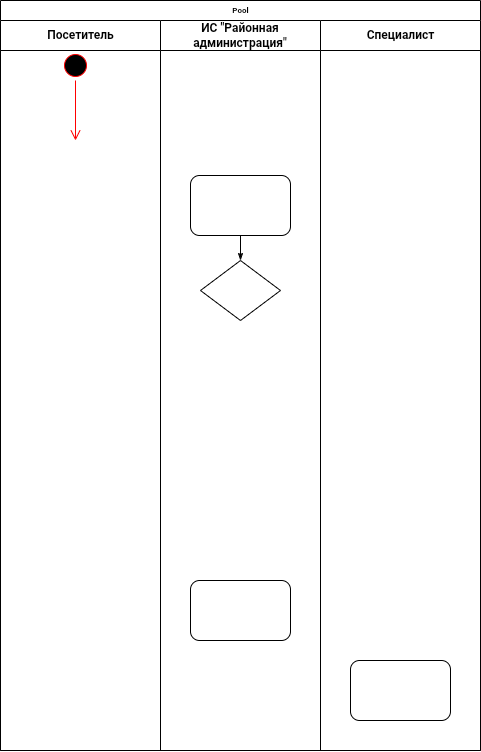
Earlier version of the draw.io export Диаграмма деятельности.drawio.png (Avokada/ais_mtuci). Source tidied: cells renumbered, new cells last; positions are measured from the earlier drawing's top-left corner, leaving out a move shared by most shapes.
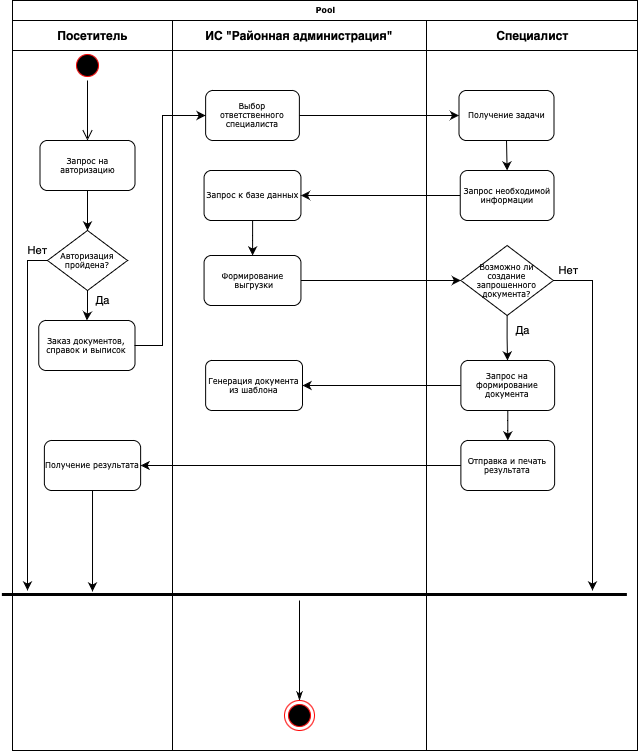
After the change.

What changed in the source:
```diff
@@ -3,7 +3,7 @@
     <mxCell id="0" />
     <mxCell id="1" parent="0" />
     <mxCell id="2" value="Pool" style="swimlane;html=1;startSize=20;rounded=0;shadow=0;labelBackgroundColor=none;strokeWidth=1;fontFamily=Verdana;fontSize=8;align=center;" parent="1" vertex="1">
-      <mxGeometry width="480" height="750" as="geometry" />
+      <mxGeometry width="625" height="750" as="geometry" />
     </mxCell>
     <mxCell id="3" value="Посетитель" style="swimlane;html=1;startSize=30;" parent="2" vertex="1">
       <mxGeometry y="20" width="160" height="730" as="geometry" />
@@ -11,31 +11,124 @@
     <mxCell id="4" style="ellipse;html=1;shape=startState;fillColor=#000000;strokeColor=#ff0000;fontColor=#1A1A1A;" parent="3" vertex="1">
       <mxGeometry x="60" y="30" width="30" height="30" as="geometry" />
     </mxCell>
-    <mxCell id="5" style="edgeStyle=orthogonalEdgeStyle;html=1;verticalAlign=bottom;endArrow=open;endSize=8;strokeColor=#ff0000;rounded=0;fontColor=#1A1A1A;" parent="3" edge="1" source="4">
+    <mxCell id="5" style="edgeStyle=orthogonalEdgeStyle;html=1;verticalAlign=bottom;endArrow=open;endSize=8;strokeColor=#000000;rounded=0;fontColor=#1A1A1A;" parent="3" edge="1" source="4">
       <mxGeometry relative="1" as="geometry">
         <mxPoint x="75" y="120" as="targetPoint" />
       </mxGeometry>
     </mxCell>
-    <mxCell id="6" value="ИС &quot;Районная администрация&quot;" style="swimlane;html=1;startSize=30;whiteSpace=wrap;" parent="2" vertex="1">
-      <mxGeometry x="160" y="20" width="160" height="730" as="geometry" />
-    </mxCell>
+    <mxCell id="10" style="edgeStyle=orthogonalEdgeStyle;rounded=0;jettySize=auto;html=1;strokeColor=#000000;" parent="3" edge="1" source="7" target="8">
+      <mxGeometry relative="1" as="geometry" />
+    </mxCell>
-    <mxCell id="7" style="rounded=1;whiteSpace=wrap;html=1;shadow=0;labelBackgroundColor=none;strokeWidth=1;fontFamily=Verdana;fontSize=8;align=center;" parent="6" vertex="1">
-      <mxGeometry x="30" y="155" width="100" height="60" as="geometry" />
+    <mxCell id="7" value="Запрос на авторизацию" style="rounded=1;whiteSpace=wrap;html=1;shadow=0;labelBackgroundColor=none;strokeWidth=1;fontFamily=Verdana;fontSize=8;align=center;" parent="3" vertex="1">
+      <mxGeometry x="27.5" y="120" width="95" height="50" as="geometry" />
     </mxCell>
+    <mxCell id="13" value="Да" style="edgeStyle=orthogonalEdgeStyle;rounded=0;jettySize=auto;html=1;entryX=0.5;entryY=0;entryDx=0;entryDy=0;strokeColor=#000000;" parent="3" edge="1" source="8" target="9">
+      <mxGeometry x="-0.35" y="15" relative="1" as="geometry" />
+    </mxCell>
-    <mxCell id="8" style="rhombus;whiteSpace=wrap;html=1;rounded=0;shadow=0;labelBackgroundColor=none;strokeWidth=1;fontFamily=Verdana;fontSize=8;align=center;" parent="6" vertex="1">
-      <mxGeometry x="40" y="240" width="80" height="60" as="geometry" />
+    <mxCell id="8" value="Авторизация пройдена?" style="rhombus;whiteSpace=wrap;html=1;rounded=0;shadow=0;labelBackgroundColor=none;strokeWidth=1;fontFamily=Verdana;fontSize=8;align=center;" parent="3" vertex="1">
+      <mxGeometry x="35" y="210" width="80" height="60" as="geometry" />
     </mxCell>
-    <mxCell id="9" style="rounded=1;whiteSpace=wrap;html=1;shadow=0;labelBackgroundColor=none;strokeWidth=1;fontFamily=Verdana;fontSize=8;align=center;" parent="6" vertex="1">
-      <mxGeometry x="30" y="560" width="100" height="60" as="geometry" />
+    <mxCell id="9" value="Заказ документов, справок и выписок" style="rounded=1;whiteSpace=wrap;html=1;shadow=0;labelBackgroundColor=none;strokeWidth=1;fontFamily=Verdana;fontSize=8;align=center;" parent="3" vertex="1">
+      <mxGeometry x="26.2" y="300" width="96.2" height="50" as="geometry" />
     </mxCell>
-    <mxCell id="10" style="edgeStyle=orthogonalEdgeStyle;rounded=1;html=1;labelBackgroundColor=none;startArrow=none;startFill=0;startSize=5;endArrow=classicThin;endFill=1;endSize=5;jettySize=auto;strokeWidth=1;fontFamily=Verdana;fontSize=8;" parent="6" edge="1" source="7" target="8">
-      <mxGeometry relative="1" as="geometry" />
-    </mxCell>
+    <mxCell id="14" value="Получение результата" style="rounded=1;whiteSpace=wrap;html=1;shadow=0;labelBackgroundColor=none;strokeWidth=1;fontFamily=Verdana;fontSize=8;align=center;" parent="3" vertex="1">
+      <mxGeometry x="31.9" y="420" width="96.2" height="50" as="geometry" />
+    </mxCell>
+    <mxCell id="6" value="ИС &quot;Районная администрация&quot;" style="swimlane;html=1;startSize=30;whiteSpace=wrap;" parent="2" vertex="1">
+      <mxGeometry x="160" y="20" width="254" height="730" as="geometry" />
+    </mxCell>
+    <mxCell id="12" value="Выбор ответственного специалиста" style="rounded=1;whiteSpace=wrap;html=1;shadow=0;labelBackgroundColor=none;strokeWidth=1;fontFamily=Verdana;fontSize=8;align=center;" parent="6" vertex="1">
+      <mxGeometry x="33.1" y="70" width="93.8" height="50" as="geometry" />
+    </mxCell>
+    <mxCell id="15" style="edgeStyle=orthogonalEdgeStyle;rounded=0;jettySize=auto;html=1;strokeColor=#000000;" parent="6" edge="1" source="16" target="17">
+      <mxGeometry relative="1" as="geometry" />
+    </mxCell>
+    <mxCell id="16" value="Запрос к базе данных" style="whiteSpace=wrap;html=1;fontSize=8;fontFamily=Verdana;rounded=1;shadow=0;labelBackgroundColor=none;strokeWidth=1;" parent="6" vertex="1">
+      <mxGeometry x="31.6" y="150" width="96.9" height="50" as="geometry" />
+    </mxCell>
+    <mxCell id="17" value="Формирование &amp;nbsp;выгрузки" style="whiteSpace=wrap;html=1;fontSize=8;fontFamily=Verdana;rounded=1;shadow=0;labelBackgroundColor=none;strokeWidth=1;" parent="6" vertex="1">
+      <mxGeometry x="31.6" y="235" width="96.9" height="50" as="geometry" />
+    </mxCell>
+    <mxCell id="18" style="edgeStyle=orthogonalEdgeStyle;rounded=0;jettySize=auto;html=1;strokeColor=#000000;startArrow=classicThin;startFill=1;endArrow=none;endFill=0;" parent="6" edge="1" source="19">
+      <mxGeometry relative="1" as="geometry">
+        <mxPoint x="127" y="580" as="targetPoint" />
+      </mxGeometry>
+    </mxCell>
+    <mxCell id="19" style="ellipse;html=1;shape=endState;fillColor=#000000;strokeColor=#ff0000;" parent="6" vertex="1">
+      <mxGeometry x="112" y="680" width="30" height="30" as="geometry" />
+    </mxCell>
+    <mxCell id="20" value="Генерация документа из шаблона" style="whiteSpace=wrap;html=1;fontSize=8;fontFamily=Verdana;rounded=1;shadow=0;labelBackgroundColor=none;strokeWidth=1;arcSize=13;" parent="6" vertex="1">
+      <mxGeometry x="33.1" y="340" width="96.9" height="50" as="geometry" />
+    </mxCell>
+    <mxCell id="21" style="edgeStyle=orthogonalEdgeStyle;rounded=0;jettySize=auto;html=1;exitX=1;exitY=0.5;exitDx=0;exitDy=0;entryX=0;entryY=0.5;entryDx=0;entryDy=0;strokeColor=#000000;" parent="2" edge="1" source="9" target="12">
+      <mxGeometry relative="1" as="geometry">
+        <Array as="points">
+          <mxPoint x="150" y="345" />
+          <mxPoint x="150" y="115" />
+        </Array>
+      </mxGeometry>
+    </mxCell>
+    <mxCell id="22" style="edgeStyle=orthogonalEdgeStyle;rounded=0;jettySize=auto;html=1;entryX=0;entryY=0.5;entryDx=0;entryDy=0;strokeColor=#000000;" parent="2" edge="1" source="12" target="28">
+      <mxGeometry relative="1" as="geometry" />
+    </mxCell>
+    <mxCell id="23" style="edgeStyle=orthogonalEdgeStyle;rounded=0;jettySize=auto;html=1;strokeColor=#000000;" parent="2" edge="1" source="29" target="16">
+      <mxGeometry relative="1" as="geometry" />
+    </mxCell>
+    <mxCell id="24" style="edgeStyle=orthogonalEdgeStyle;rounded=0;jettySize=auto;html=1;entryX=0;entryY=0.5;entryDx=0;entryDy=0;strokeColor=#000000;" parent="2" edge="1" source="17" target="32">
+      <mxGeometry relative="1" as="geometry" />
+    </mxCell>
+    <mxCell id="25" value="Нет" style="edgeStyle=orthogonalEdgeStyle;rounded=0;jettySize=auto;html=1;exitX=0;exitY=0.5;exitDx=0;exitDy=0;strokeColor=#000000;" parent="2" edge="1" source="8" target="33">
+      <mxGeometry x="-0.94" y="-10" relative="1" as="geometry">
+        <Array as="points">
+          <mxPoint x="15" y="260" />
+        </Array>
+      </mxGeometry>
+    </mxCell>
+    <mxCell id="26" style="edgeStyle=orthogonalEdgeStyle;rounded=0;jettySize=auto;html=1;strokeColor=#000000;startArrow=none;startFill=0;endArrow=classic;endFill=1;entryX=1;entryY=0.5;entryDx=0;entryDy=0;" parent="2" edge="1" source="35" target="20">
+      <mxGeometry relative="1" as="geometry" />
+    </mxCell>
     <mxCell id="11" value="Специалист" style="swimlane;html=1;startSize=30;" parent="2" vertex="1">
-      <mxGeometry x="320" y="20" width="160" height="730" as="geometry" />
+      <mxGeometry x="414" y="20" width="211" height="730" as="geometry" />
     </mxCell>
-    <mxCell id="12" style="rounded=1;whiteSpace=wrap;html=1;shadow=0;labelBackgroundColor=none;strokeWidth=1;fontFamily=Verdana;fontSize=8;align=center;" parent="11" vertex="1">
-      <mxGeometry x="30" y="640" width="100" height="60" as="geometry" />
-    </mxCell>
+    <mxCell id="27" style="edgeStyle=orthogonalEdgeStyle;rounded=0;jettySize=auto;html=1;exitX=0.5;exitY=1;exitDx=0;exitDy=0;entryX=0.5;entryY=0;entryDx=0;entryDy=0;strokeColor=#000000;" parent="11" edge="1" source="28" target="29">
+      <mxGeometry relative="1" as="geometry" />
+    </mxCell>
+    <mxCell id="28" value="Получение задачи" style="rounded=1;whiteSpace=wrap;html=1;shadow=0;labelBackgroundColor=none;strokeWidth=1;fontFamily=Verdana;fontSize=8;align=center;" parent="11" vertex="1">
+      <mxGeometry x="32.5" y="70" width="95" height="50" as="geometry" />
+    </mxCell>
+    <mxCell id="29" value="Запрос необходимой информации" style="rounded=1;whiteSpace=wrap;html=1;shadow=0;labelBackgroundColor=none;strokeWidth=1;fontFamily=Verdana;fontSize=8;align=center;" parent="11" vertex="1">
+      <mxGeometry x="33.8" y="150" width="93.8" height="50" as="geometry" />
+    </mxCell>
+    <mxCell id="30" value="Нет" style="edgeStyle=orthogonalEdgeStyle;rounded=0;jettySize=auto;html=1;strokeColor=#000000;startArrow=none;startFill=0;endArrow=classic;endFill=1;" parent="11" edge="1" source="32">
+      <mxGeometry x="-0.92" y="10" relative="1" as="geometry">
+        <mxPoint x="166" y="570" as="targetPoint" />
+      </mxGeometry>
+    </mxCell>
+    <mxCell id="31" value="Да" style="edgeStyle=orthogonalEdgeStyle;rounded=0;jettySize=auto;html=1;exitX=0.5;exitY=1;exitDx=0;exitDy=0;strokeColor=#000000;startArrow=none;startFill=0;endArrow=classic;endFill=1;" parent="11" edge="1" source="32">
+      <mxGeometry x="-0.34" y="15" relative="1" as="geometry">
+        <mxPoint x="81" y="340" as="targetPoint" />
+      </mxGeometry>
+    </mxCell>
+    <mxCell id="32" value="Возможно ли создание запрошенного документа?" style="rhombus;whiteSpace=wrap;html=1;rounded=0;shadow=0;labelBackgroundColor=none;strokeWidth=1;fontFamily=Verdana;fontSize=8;align=center;" parent="11" vertex="1">
+      <mxGeometry x="34.4" y="225" width="92.5" height="70" as="geometry" />
+    </mxCell>
+    <mxCell id="33" style="line;strokeWidth=3;fillColor=none;align=left;verticalAlign=middle;spacingTop=-1;spacingLeft=3;spacingRight=3;labelPosition=right;points=[];portConstraint=eastwest;strokeColor=inherit;" parent="11" vertex="1">
+      <mxGeometry x="-424.6" y="570" width="625" height="8" as="geometry" />
+    </mxCell>
+    <mxCell id="34" style="edgeStyle=orthogonalEdgeStyle;rounded=0;jettySize=auto;html=1;strokeColor=#000000;startArrow=none;startFill=0;endArrow=classic;endFill=1;" parent="11" edge="1" source="35" target="36">
+      <mxGeometry relative="1" as="geometry" />
+    </mxCell>
+    <mxCell id="35" value="Запрос на формирование документа" style="rounded=1;whiteSpace=wrap;html=1;shadow=0;labelBackgroundColor=none;strokeWidth=1;fontFamily=Verdana;fontSize=8;align=center;" parent="11" vertex="1">
+      <mxGeometry x="34.4" y="340" width="93.8" height="50" as="geometry" />
+    </mxCell>
+    <mxCell id="36" value="Отправка и печать результата" style="rounded=1;whiteSpace=wrap;html=1;shadow=0;labelBackgroundColor=none;strokeWidth=1;fontFamily=Verdana;fontSize=8;align=center;" parent="11" vertex="1">
+      <mxGeometry x="34.4" y="420" width="93.8" height="50" as="geometry" />
+    </mxCell>
+    <mxCell id="37" style="edgeStyle=orthogonalEdgeStyle;rounded=0;jettySize=auto;html=1;entryX=1;entryY=0.5;entryDx=0;entryDy=0;strokeColor=#000000;startArrow=none;startFill=0;endArrow=classic;endFill=1;" parent="2" edge="1" source="36" target="14">
+      <mxGeometry relative="1" as="geometry" />
+    </mxCell>
+    <mxCell id="38" style="edgeStyle=orthogonalEdgeStyle;rounded=0;jettySize=auto;html=1;exitX=0.5;exitY=1;exitDx=0;exitDy=0;entryX=0.145;entryY=0.125;entryDx=0;entryDy=0;entryPerimeter=0;strokeColor=#000000;startArrow=none;startFill=0;endArrow=classic;endFill=1;" parent="2" edge="1" source="14" target="33">
+      <mxGeometry relative="1" as="geometry" />
+    </mxCell>
   </root>
 </mxGraphModel>
```
